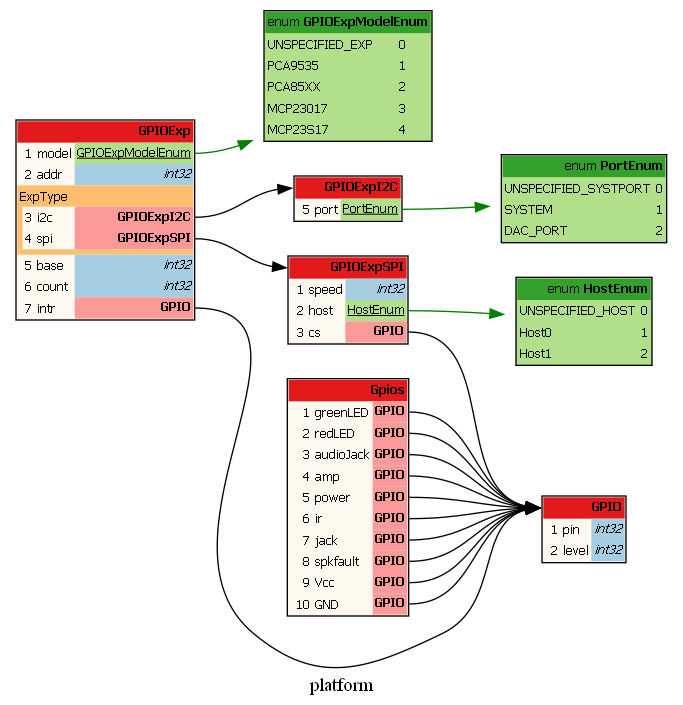
This is protobuf/generated/GPIO.dot.png from sle118/squeezelite-esp32, a Graphviz export, as it was before one commit. Its source is kept beside it as protobuf/generated/GPIO.dot.
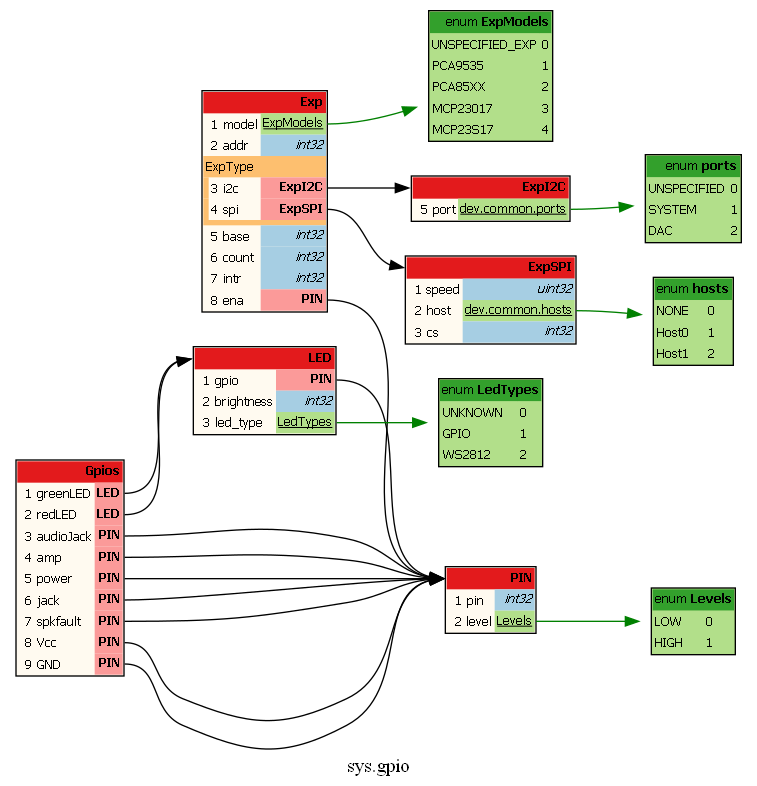
Later version of the same file.

Diff of the diagram source:
```diff
@@ -4,13 +4,13 @@
 */
 digraph protodot {
 
-	/* package:   platform */
+	/* package:   sys.gpio */
 	/* source:    C:/Users/sle11/Documents/VSCode/squeezelite-esp32/protobuf/proto/GPIO.proto */
 	/* selection: * */
 
 	rankdir=LR;
-	label="platform";
-	tooltip="platform";
+	label="sys.gpio";
+	tooltip="sys.gpio";
 	bgcolor="transparent"
 
 	node [
@@ -21,33 +21,37 @@
 
 
 	/* ------ nodes ------ */
-	Node_Ja_107	[shape=plaintext tooltip="platform.GPIOExpSPI" label=<<TABLE BORDER="1" CELLBORDER="0" CELLSPACING="0" BGCOLOR="#fffaf0"><TR><TD COLSPAN="4" PORT="header" BGCOLOR="#e31a1c" ALIGN="right"><b>GPIOExpSPI</b></TD></TR><TR><TD ALIGN="right"></TD><TD ALIGN="right">1</TD><TD ALIGN="left">speed</TD><TD BGCOLOR="#a6cee3" PORT="pospeed" ALIGN="right" TITLE="int32"><i>int32</i></TD></TR><TR><TD ALIGN="right"></TD><TD ALIGN="right">2</TD><TD ALIGN="left">host</TD><TD BGCOLOR="#b2df8a" PORT="pohost" ALIGN="right"><u>HostEnum</u></TD></TR><TR><TD ALIGN="right"></TD><TD ALIGN="right">3</TD><TD ALIGN="left">cs</TD><TD BGCOLOR="#fb9a99" PORT="pocs" ALIGN="right"><b>GPIO</b></TD></TR></TABLE>>];
-	Node_Ja_108	[shape=plaintext tooltip="platform.GPIOExpI2C" label=<<TABLE BORDER="1" CELLBORDER="0" CELLSPACING="0" BGCOLOR="#fffaf0"><TR><TD COLSPAN="4" PORT="header" BGCOLOR="#e31a1c" ALIGN="right"><b>GPIOExpI2C</b></TD></TR><TR><TD ALIGN="right"></TD><TD ALIGN="right">5</TD><TD ALIGN="left">port</TD><TD BGCOLOR="#b2df8a" PORT="poport" ALIGN="right"><u>PortEnum</u></TD></TR></TABLE>>];
-	Node_Ja_106	[shape=plaintext tooltip="GPIOExpModelEnum" label=<<TABLE BORDER="1" CELLBORDER="0" CELLSPACING="0" BGCOLOR="#b2df8a"><TR><TD COLSPAN="2" PORT="header" BGCOLOR="#33a02c" ALIGN="right">enum <b>GPIOExpModelEnum</b></TD></TR><TR><TD BGCOLOR="#b2df8a" ALIGN="left">UNSPECIFIED_EXP</TD><TD BGCOLOR="#b2df8a" ALIGN="left">0</TD></TR><TR><TD BGCOLOR="#b2df8a" ALIGN="left">PCA9535</TD><TD BGCOLOR="#b2df8a" ALIGN="left">1</TD></TR><TR><TD BGCOLOR="#b2df8a" ALIGN="left">PCA85XX</TD><TD BGCOLOR="#b2df8a" ALIGN="left">2</TD></TR><TR><TD BGCOLOR="#b2df8a" ALIGN="left">MCP23017</TD><TD BGCOLOR="#b2df8a" ALIGN="left">3</TD></TR><TR><TD BGCOLOR="#b2df8a" ALIGN="left">MCP23S17</TD><TD BGCOLOR="#b2df8a" ALIGN="left">4</TD></TR></TABLE>>];
-	Node_Ja_102	[shape=plaintext tooltip="HostEnum" label=<<TABLE BORDER="1" CELLBORDER="0" CELLSPACING="0" BGCOLOR="#b2df8a"><TR><TD COLSPAN="2" PORT="header" BGCOLOR="#33a02c" ALIGN="right">enum <b>HostEnum</b></TD></TR><TR><TD BGCOLOR="#b2df8a" ALIGN="left">UNSPECIFIED_HOST</TD><TD BGCOLOR="#b2df8a" ALIGN="left">0</TD></TR><TR><TD BGCOLOR="#b2df8a" ALIGN="left">Host0</TD><TD BGCOLOR="#b2df8a" ALIGN="left">1</TD></TR><TR><TD BGCOLOR="#b2df8a" ALIGN="left">Host1</TD><TD BGCOLOR="#b2df8a" ALIGN="left">2</TD></TR></TABLE>>];
-	Node_Ja_101	[shape=plaintext tooltip="PortEnum" label=<<TABLE BORDER="1" CELLBORDER="0" CELLSPACING="0" BGCOLOR="#b2df8a"><TR><TD COLSPAN="2" PORT="header" BGCOLOR="#33a02c" ALIGN="right">enum <b>PortEnum</b></TD></TR><TR><TD BGCOLOR="#b2df8a" ALIGN="left">UNSPECIFIED_SYSTPORT</TD><TD BGCOLOR="#b2df8a" ALIGN="left">0</TD></TR><TR><TD BGCOLOR="#b2df8a" ALIGN="left">SYSTEM</TD><TD BGCOLOR="#b2df8a" ALIGN="left">1</TD></TR><TR><TD BGCOLOR="#b2df8a" ALIGN="left">DAC_PORT</TD><TD BGCOLOR="#b2df8a" ALIGN="left">2</TD></TR></TABLE>>];
-	Node_Ja_104	[shape=plaintext tooltip="platform.GPIO" label=<<TABLE BORDER="1" CELLBORDER="0" CELLSPACING="0" BGCOLOR="#fffaf0"><TR><TD COLSPAN="4" PORT="header" BGCOLOR="#e31a1c" ALIGN="right"><b>GPIO</b></TD></TR><TR><TD ALIGN="right"></TD><TD ALIGN="right">1</TD><TD ALIGN="left">pin</TD><TD BGCOLOR="#a6cee3" PORT="popin" ALIGN="right" TITLE="int32"><i>int32</i></TD></TR><TR><TD ALIGN="right"></TD><TD ALIGN="right">2</TD><TD ALIGN="left">level</TD><TD BGCOLOR="#a6cee3" PORT="polevel" ALIGN="right" TITLE="int32"><i>int32</i></TD></TR></TABLE>>];
-	Node_Ja_105	[shape=plaintext tooltip="platform.Gpios" label=<<TABLE BORDER="1" CELLBORDER="0" CELLSPACING="0" BGCOLOR="#fffaf0"><TR><TD COLSPAN="4" PORT="header" BGCOLOR="#e31a1c" ALIGN="right"><b>Gpios</b></TD></TR><TR><TD ALIGN="right"></TD><TD ALIGN="right">1</TD><TD ALIGN="left">greenLED</TD><TD BGCOLOR="#fb9a99" PORT="pogreenLED" ALIGN="right"><b>GPIO</b></TD></TR><TR><TD ALIGN="right"></TD><TD ALIGN="right">2</TD><TD ALIGN="left">redLED</TD><TD BGCOLOR="#fb9a99" PORT="poredLED" ALIGN="right"><b>GPIO</b></TD></TR><TR><TD ALIGN="right"></TD><TD ALIGN="right">3</TD><TD ALIGN="left">audioJack</TD><TD BGCOLOR="#fb9a99" PORT="poaudioJack" ALIGN="right"><b>GPIO</b></TD></TR><TR><TD ALIGN="right"></TD><TD ALIGN="right">4</TD><TD ALIGN="left">amp</TD><TD BGCOLOR="#fb9a99" PORT="poamp" ALIGN="right"><b>GPIO</b></TD></TR><TR><TD ALIGN="right"></TD><TD ALIGN="right">5</TD><TD ALIGN="left">power</TD><TD BGCOLOR="#fb9a99" PORT="popower" ALIGN="right"><b>GPIO</b></TD></TR><TR><TD ALIGN="right"></TD><TD ALIGN="right">6</TD><TD ALIGN="left">ir</TD><TD BGCOLOR="#fb9a99" PORT="poir" ALIGN="right"><b>GPIO</b></TD></TR><TR><TD ALIGN="right"></TD><TD ALIGN="right">7</TD><TD ALIGN="left">jack</TD><TD BGCOLOR="#fb9a99" PORT="pojack" ALIGN="right"><b>GPIO</b></TD></TR><TR><TD ALIGN="right"></TD><TD ALIGN="right">8</TD><TD ALIGN="left">spkfault</TD><TD BGCOLOR="#fb9a99" PORT="pospkfault" ALIGN="right"><b>GPIO</b></TD></TR><TR><TD ALIGN="right"></TD><TD ALIGN="right">9</TD><TD ALIGN="left">Vcc</TD><TD BGCOLOR="#fb9a99" PORT="poVcc" ALIGN="right"><b>GPIO</b></TD></TR><TR><TD ALIGN="right"></TD><TD ALIGN="right">10</TD><TD ALIGN="left">GND</TD><TD BGCOLOR="#fb9a99" PORT="poGND" ALIGN="right"><b>GPIO</b></TD></TR></TABLE>>];
-	Node_Ja_109	[shape=plaintext tooltip="platform.GPIOExp" label=<<TABLE BORDER="1" CELLBORDER="0" CELLSPACING="0" BGCOLOR="#fffaf0"><TR><TD COLSPAN="4" PORT="header" BGCOLOR="#e31a1c" ALIGN="right"><b>GPIOExp</b></TD></TR><TR><TD ALIGN="right"></TD><TD ALIGN="right">1</TD><TD ALIGN="left">model</TD><TD BGCOLOR="#b2df8a" PORT="pomodel" ALIGN="right"><u>GPIOExpModelEnum</u></TD></TR><TR><TD ALIGN="right"></TD><TD ALIGN="right">2</TD><TD ALIGN="left">addr</TD><TD BGCOLOR="#a6cee3" PORT="poaddr" ALIGN="right" TITLE="int32"><i>int32</i></TD></TR><TR><TD COLSPAN="4" BGCOLOR="#fdbf6f" ALIGN="left">ExpType</TD></TR><TR><TD BGCOLOR="#fdbf6f"></TD><TD ALIGN="right">3</TD><TD ALIGN="left">i2c</TD><TD ALIGN="right" BGCOLOR="#fb9a99" PORT="poi2c"><b>GPIOExpI2C</b></TD></TR><TR><TD BGCOLOR="#fdbf6f"></TD><TD ALIGN="right">4</TD><TD ALIGN="left">spi</TD><TD ALIGN="right" BGCOLOR="#fb9a99" PORT="pospi"><b>GPIOExpSPI</b></TD></TR><TR><TD COLSPAN="4" BGCOLOR="#fdbf6f"></TD></TR><TR><TD ALIGN="right"></TD><TD ALIGN="right">5</TD><TD ALIGN="left">base</TD><TD BGCOLOR="#a6cee3" PORT="pobase" ALIGN="right" TITLE="int32"><i>int32</i></TD></TR><TR><TD ALIGN="right"></TD><TD ALIGN="right">6</TD><TD ALIGN="left">count</TD><TD BGCOLOR="#a6cee3" PORT="pocount" ALIGN="right" TITLE="int32"><i>int32</i></TD></TR><TR><TD ALIGN="right"></TD><TD ALIGN="right">7</TD><TD ALIGN="left">intr</TD><TD BGCOLOR="#fb9a99" PORT="pointr" ALIGN="right"><b>GPIO</b></TD></TR></TABLE>>];
+	Node_Ja_112	[shape=plaintext tooltip="sys.gpio.Exp" label=<<TABLE BORDER="1" CELLBORDER="0" CELLSPACING="0" BGCOLOR="#fffaf0"><TR><TD COLSPAN="4" PORT="header" BGCOLOR="#e31a1c" ALIGN="right"><b>Exp</b></TD></TR><TR><TD ALIGN="right"></TD><TD ALIGN="right">1</TD><TD ALIGN="left">model</TD><TD BGCOLOR="#b2df8a" PORT="pomodel" ALIGN="right"><u>ExpModels</u></TD></TR><TR><TD ALIGN="right"></TD><TD ALIGN="right">2</TD><TD ALIGN="left">addr</TD><TD BGCOLOR="#a6cee3" PORT="poaddr" ALIGN="right" TITLE="int32"><i>int32</i></TD></TR><TR><TD COLSPAN="4" BGCOLOR="#fdbf6f" ALIGN="left">ExpType</TD></TR><TR><TD BGCOLOR="#fdbf6f"></TD><TD ALIGN="right">3</TD><TD ALIGN="left">i2c</TD><TD ALIGN="right" BGCOLOR="#fb9a99" PORT="poi2c"><b>ExpI2C</b></TD></TR><TR><TD BGCOLOR="#fdbf6f"></TD><TD ALIGN="right">4</TD><TD ALIGN="left">spi</TD><TD ALIGN="right" BGCOLOR="#fb9a99" PORT="pospi"><b>ExpSPI</b></TD></TR><TR><TD COLSPAN="4" BGCOLOR="#fdbf6f"></TD></TR><TR><TD ALIGN="right"></TD><TD ALIGN="right">5</TD><TD ALIGN="left">base</TD><TD BGCOLOR="#a6cee3" PORT="pobase" ALIGN="right" TITLE="int32"><i>int32</i></TD></TR><TR><TD ALIGN="right"></TD><TD ALIGN="right">6</TD><TD ALIGN="left">count</TD><TD BGCOLOR="#a6cee3" PORT="pocount" ALIGN="right" TITLE="int32"><i>int32</i></TD></TR><TR><TD ALIGN="right"></TD><TD ALIGN="right">7</TD><TD ALIGN="left">intr</TD><TD BGCOLOR="#a6cee3" PORT="pointr" ALIGN="right" TITLE="int32"><i>int32</i></TD></TR><TR><TD ALIGN="right"></TD><TD ALIGN="right">8</TD><TD ALIGN="left">ena</TD><TD BGCOLOR="#fb9a99" PORT="poena" ALIGN="right"><b>PIN</b></TD></TR></TABLE>>];
+	Node_Ja_109	[shape=plaintext tooltip="ExpModels" label=<<TABLE BORDER="1" CELLBORDER="0" CELLSPACING="0" BGCOLOR="#b2df8a"><TR><TD COLSPAN="2" PORT="header" BGCOLOR="#33a02c" ALIGN="right">enum <b>ExpModels</b></TD></TR><TR><TD BGCOLOR="#b2df8a" ALIGN="left">UNSPECIFIED_EXP</TD><TD BGCOLOR="#b2df8a" ALIGN="left">0</TD></TR><TR><TD BGCOLOR="#b2df8a" ALIGN="left">PCA9535</TD><TD BGCOLOR="#b2df8a" ALIGN="left">1</TD></TR><TR><TD BGCOLOR="#b2df8a" ALIGN="left">PCA85XX</TD><TD BGCOLOR="#b2df8a" ALIGN="left">2</TD></TR><TR><TD BGCOLOR="#b2df8a" ALIGN="left">MCP23017</TD><TD BGCOLOR="#b2df8a" ALIGN="left">3</TD></TR><TR><TD BGCOLOR="#b2df8a" ALIGN="left">MCP23S17</TD><TD BGCOLOR="#b2df8a" ALIGN="left">4</TD></TR></TABLE>>];
+	Node_Ja_102	[shape=plaintext tooltip="hosts" label=<<TABLE BORDER="1" CELLBORDER="0" CELLSPACING="0" BGCOLOR="#b2df8a"><TR><TD COLSPAN="2" PORT="header" BGCOLOR="#33a02c" ALIGN="right">enum <b>hosts</b></TD></TR><TR><TD BGCOLOR="#b2df8a" ALIGN="left">NONE</TD><TD BGCOLOR="#b2df8a" ALIGN="left">0</TD></TR><TR><TD BGCOLOR="#b2df8a" ALIGN="left">Host0</TD><TD BGCOLOR="#b2df8a" ALIGN="left">1</TD></TR><TR><TD BGCOLOR="#b2df8a" ALIGN="left">Host1</TD><TD BGCOLOR="#b2df8a" ALIGN="left">2</TD></TR></TABLE>>];
+	Node_Ja_104	[shape=plaintext tooltip="Levels" label=<<TABLE BORDER="1" CELLBORDER="0" CELLSPACING="0" BGCOLOR="#b2df8a"><TR><TD COLSPAN="2" PORT="header" BGCOLOR="#33a02c" ALIGN="right">enum <b>Levels</b></TD></TR><TR><TD BGCOLOR="#b2df8a" ALIGN="left">LOW</TD><TD BGCOLOR="#b2df8a" ALIGN="left">0</TD></TR><TR><TD BGCOLOR="#b2df8a" ALIGN="left">HIGH</TD><TD BGCOLOR="#b2df8a" ALIGN="left">1</TD></TR></TABLE>>];
+	Node_Ja_101	[shape=plaintext tooltip="ports" label=<<TABLE BORDER="1" CELLBORDER="0" CELLSPACING="0" BGCOLOR="#b2df8a"><TR><TD COLSPAN="2" PORT="header" BGCOLOR="#33a02c" ALIGN="right">enum <b>ports</b></TD></TR><TR><TD BGCOLOR="#b2df8a" ALIGN="left">UNSPECIFIED</TD><TD BGCOLOR="#b2df8a" ALIGN="left">0</TD></TR><TR><TD BGCOLOR="#b2df8a" ALIGN="left">SYSTEM</TD><TD BGCOLOR="#b2df8a" ALIGN="left">1</TD></TR><TR><TD BGCOLOR="#b2df8a" ALIGN="left">DAC</TD><TD BGCOLOR="#b2df8a" ALIGN="left">2</TD></TR></TABLE>>];
+	Node_Ja_107	[shape=plaintext tooltip="sys.gpio.LED" label=<<TABLE BORDER="1" CELLBORDER="0" CELLSPACING="0" BGCOLOR="#fffaf0"><TR><TD COLSPAN="4" PORT="header" BGCOLOR="#e31a1c" ALIGN="right"><b>LED</b></TD></TR><TR><TD ALIGN="right"></TD><TD ALIGN="right">1</TD><TD ALIGN="left">gpio</TD><TD BGCOLOR="#fb9a99" PORT="pogpio" ALIGN="right"><b>PIN</b></TD></TR><TR><TD ALIGN="right"></TD><TD ALIGN="right">2</TD><TD ALIGN="left">brightness</TD><TD BGCOLOR="#a6cee3" PORT="pobrightness" ALIGN="right" TITLE="int32"><i>int32</i></TD></TR><TR><TD ALIGN="right"></TD><TD ALIGN="right">3</TD><TD ALIGN="left">led_type</TD><TD BGCOLOR="#b2df8a" PORT="poled_type" ALIGN="right"><u>LedTypes</u></TD></TR></TABLE>>];
+	Node_Ja_108	[shape=plaintext tooltip="sys.gpio.Gpios" label=<<TABLE BORDER="1" CELLBORDER="0" CELLSPACING="0" BGCOLOR="#fffaf0"><TR><TD COLSPAN="4" PORT="header" BGCOLOR="#e31a1c" ALIGN="right"><b>Gpios</b></TD></TR><TR><TD ALIGN="right"></TD><TD ALIGN="right">1</TD><TD ALIGN="left">greenLED</TD><TD BGCOLOR="#fb9a99" PORT="pogreenLED" ALIGN="right"><b>LED</b></TD></TR><TR><TD ALIGN="right"></TD><TD ALIGN="right">2</TD><TD ALIGN="left">redLED</TD><TD BGCOLOR="#fb9a99" PORT="poredLED" ALIGN="right"><b>LED</b></TD></TR><TR><TD ALIGN="right"></TD><TD ALIGN="right">3</TD><TD ALIGN="left">audioJack</TD><TD BGCOLOR="#fb9a99" PORT="poaudioJack" ALIGN="right"><b>PIN</b></TD></TR><TR><TD ALIGN="right"></TD><TD ALIGN="right">4</TD><TD ALIGN="left">amp</TD><TD BGCOLOR="#fb9a99" PORT="poamp" ALIGN="right"><b>PIN</b></TD></TR><TR><TD ALIGN="right"></TD><TD ALIGN="right">5</TD><TD ALIGN="left">power</TD><TD BGCOLOR="#fb9a99" PORT="popower" ALIGN="right"><b>PIN</b></TD></TR><TR><TD ALIGN="right"></TD><TD ALIGN="right">6</TD><TD ALIGN="left">jack</TD><TD BGCOLOR="#fb9a99" PORT="pojack" ALIGN="right"><b>PIN</b></TD></TR><TR><TD ALIGN="right"></TD><TD ALIGN="right">7</TD><TD ALIGN="left">spkfault</TD><TD BGCOLOR="#fb9a99" PORT="pospkfault" ALIGN="right"><b>PIN</b></TD></TR><TR><TD ALIGN="right"></TD><TD ALIGN="right">8</TD><TD ALIGN="left">Vcc</TD><TD BGCOLOR="#fb9a99" PORT="poVcc" ALIGN="right"><b>PIN</b></TD></TR><TR><TD ALIGN="right"></TD><TD ALIGN="right">9</TD><TD ALIGN="left">GND</TD><TD BGCOLOR="#fb9a99" PORT="poGND" ALIGN="right"><b>PIN</b></TD></TR></TABLE>>];
+	Node_Ja_111	[shape=plaintext tooltip="sys.gpio.ExpSPI" label=<<TABLE BORDER="1" CELLBORDER="0" CELLSPACING="0" BGCOLOR="#fffaf0"><TR><TD COLSPAN="4" PORT="header" BGCOLOR="#e31a1c" ALIGN="right"><b>ExpSPI</b></TD></TR><TR><TD ALIGN="right"></TD><TD ALIGN="right">1</TD><TD ALIGN="left">speed</TD><TD BGCOLOR="#a6cee3" PORT="pospeed" ALIGN="right" TITLE="uint32"><i>uint32</i></TD></TR><TR><TD ALIGN="right"></TD><TD ALIGN="right">2</TD><TD ALIGN="left">host</TD><TD BGCOLOR="#b2df8a" PORT="pohost" ALIGN="right"><u>dev.common.hosts</u></TD></TR><TR><TD ALIGN="right"></TD><TD ALIGN="right">3</TD><TD ALIGN="left">cs</TD><TD BGCOLOR="#a6cee3" PORT="pocs" ALIGN="right" TITLE="int32"><i>int32</i></TD></TR></TABLE>>];
+	Node_Ja_105	[shape=plaintext tooltip="sys.gpio.PIN" label=<<TABLE BORDER="1" CELLBORDER="0" CELLSPACING="0" BGCOLOR="#fffaf0"><TR><TD COLSPAN="4" PORT="header" BGCOLOR="#e31a1c" ALIGN="right"><b>PIN</b></TD></TR><TR><TD ALIGN="right"></TD><TD ALIGN="right">1</TD><TD ALIGN="left">pin</TD><TD BGCOLOR="#a6cee3" PORT="popin" ALIGN="right" TITLE="int32"><i>int32</i></TD></TR><TR><TD ALIGN="right"></TD><TD ALIGN="right">2</TD><TD ALIGN="left">level</TD><TD BGCOLOR="#b2df8a" PORT="polevel" ALIGN="right"><u>Levels</u></TD></TR></TABLE>>];
+	Node_Ja_110	[shape=plaintext tooltip="sys.gpio.ExpI2C" label=<<TABLE BORDER="1" CELLBORDER="0" CELLSPACING="0" BGCOLOR="#fffaf0"><TR><TD COLSPAN="4" PORT="header" BGCOLOR="#e31a1c" ALIGN="right"><b>ExpI2C</b></TD></TR><TR><TD ALIGN="right"></TD><TD ALIGN="right">5</TD><TD ALIGN="left">port</TD><TD BGCOLOR="#b2df8a" PORT="poport" ALIGN="right"><u>dev.common.ports</u></TD></TR></TABLE>>];
+	Node_Ja_106	[shape=plaintext tooltip="LedTypes" label=<<TABLE BORDER="1" CELLBORDER="0" CELLSPACING="0" BGCOLOR="#b2df8a"><TR><TD COLSPAN="2" PORT="header" BGCOLOR="#33a02c" ALIGN="right">enum <b>LedTypes</b></TD></TR><TR><TD BGCOLOR="#b2df8a" ALIGN="left">UNKNOWN</TD><TD BGCOLOR="#b2df8a" ALIGN="left">0</TD></TR><TR><TD BGCOLOR="#b2df8a" ALIGN="left">GPIO</TD><TD BGCOLOR="#b2df8a" ALIGN="left">1</TD></TR><TR><TD BGCOLOR="#b2df8a" ALIGN="left">WS2812</TD><TD BGCOLOR="#b2df8a" ALIGN="left">2</TD></TR></TABLE>>];
 
 	/* ------ connections ------ */
-	Node_Ja_105:poir:e	-> Node_Ja_104:header [color="#000000" tooltip="Ja_105 --> Ja_104"];
-	Node_Ja_105:poredLED:e	-> Node_Ja_104:header [color="#000000" tooltip="Ja_105 --> Ja_104"];
-	Node_Ja_109:pospi:e	-> Node_Ja_107:header [color="#000000" tooltip="Ja_109 --> Ja_107"];
-	Node_Ja_109:pointr:e	-> Node_Ja_104:header [color="#000000" tooltip="Ja_109 --> Ja_104"];
-	Node_Ja_105:poaudioJack:e	-> Node_Ja_104:header [color="#000000" tooltip="Ja_105 --> Ja_104"];
-	Node_Ja_109:poi2c:e	-> Node_Ja_108:header [color="#000000" tooltip="Ja_109 --> Ja_108"];
-	Node_Ja_107:pohost:e	-> Node_Ja_102 [color="#008000" tooltip="Ja_107 --> Ja_102"];
-	Node_Ja_108:poport:e	-> Node_Ja_101 [color="#008000" tooltip="Ja_108 --> Ja_101"];
-	Node_Ja_105:pogreenLED:e	-> Node_Ja_104:header [color="#000000" tooltip="Ja_105 --> Ja_104"];
-	Node_Ja_105:poVcc:e	-> Node_Ja_104:header [color="#000000" tooltip="Ja_105 --> Ja_104"];
-	Node_Ja_109:pomodel:e	-> Node_Ja_106 [color="#008000" tooltip="Ja_109 --> Ja_106"];
-	Node_Ja_107:pocs:e	-> Node_Ja_104:header [color="#000000" tooltip="Ja_107 --> Ja_104"];
-	Node_Ja_105:popower:e	-> Node_Ja_104:header [color="#000000" tooltip="Ja_105 --> Ja_104"];
-	Node_Ja_105:pojack:e	-> Node_Ja_104:header [color="#000000" tooltip="Ja_105 --> Ja_104"];
-	Node_Ja_105:pospkfault:e	-> Node_Ja_104:header [color="#000000" tooltip="Ja_105 --> Ja_104"];
-	Node_Ja_105:poamp:e	-> Node_Ja_104:header [color="#000000" tooltip="Ja_105 --> Ja_104"];
-	Node_Ja_105:poGND:e	-> Node_Ja_104:header [color="#000000" tooltip="Ja_105 --> Ja_104"];
+	Node_Ja_108:popower:e	-> Node_Ja_105:header [color="#000000" tooltip="Ja_108 --> Ja_105"];
+	Node_Ja_108:pojack:e	-> Node_Ja_105:header [color="#000000" tooltip="Ja_108 --> Ja_105"];
+	Node_Ja_111:pohost:e	-> Node_Ja_102 [color="#008000" tooltip="Ja_111 --> Ja_102"];
+	Node_Ja_107:pogpio:e	-> Node_Ja_105:header [color="#000000" tooltip="Ja_107 --> Ja_105"];
+	Node_Ja_107:poled_type:e	-> Node_Ja_106 [color="#008000" tooltip="Ja_107 --> Ja_106"];
+	Node_Ja_108:poamp:e	-> Node_Ja_105:header [color="#000000" tooltip="Ja_108 --> Ja_105"];
+	Node_Ja_108:poVcc:e	-> Node_Ja_105:header [color="#000000" tooltip="Ja_108 --> Ja_105"];
+	Node_Ja_108:pospkfault:e	-> Node_Ja_105:header [color="#000000" tooltip="Ja_108 --> Ja_105"];
+	Node_Ja_108:poredLED:e	-> Node_Ja_107:header [color="#000000" tooltip="Ja_108 --> Ja_107"];
+	Node_Ja_108:poGND:e	-> Node_Ja_105:header [color="#000000" tooltip="Ja_108 --> Ja_105"];
+	Node_Ja_108:poaudioJack:e	-> Node_Ja_105:header [color="#000000" tooltip="Ja_108 --> Ja_105"];
+	Node_Ja_112:poi2c:e	-> Node_Ja_110:header [color="#000000" tooltip="Ja_112 --> Ja_110"];
+	Node_Ja_112:poena:e	-> Node_Ja_105:header [color="#000000" tooltip="Ja_112 --> Ja_105"];
+	Node_Ja_110:poport:e	-> Node_Ja_101 [color="#008000" tooltip="Ja_110 --> Ja_101"];
+	Node_Ja_108:pogreenLED:e	-> Node_Ja_107:header [color="#000000" tooltip="Ja_108 --> Ja_107"];
+	Node_Ja_112:pomodel:e	-> Node_Ja_109 [color="#008000" tooltip="Ja_112 --> Ja_109"];
+	Node_Ja_112:pospi:e	-> Node_Ja_111:header [color="#000000" tooltip="Ja_112 --> Ja_111"];
+	Node_Ja_105:polevel:e	-> Node_Ja_104 [color="#008000" tooltip="Ja_105 --> Ja_104"];
 
-	/* generated by github.com/seamia/protodot on Friday, 24-Nov-23 14:36:16 EST */
+	/* generated by github.com/seamia/protodot on Sunday, 21-Jan-24 22:15:10 EST */
 }
```
